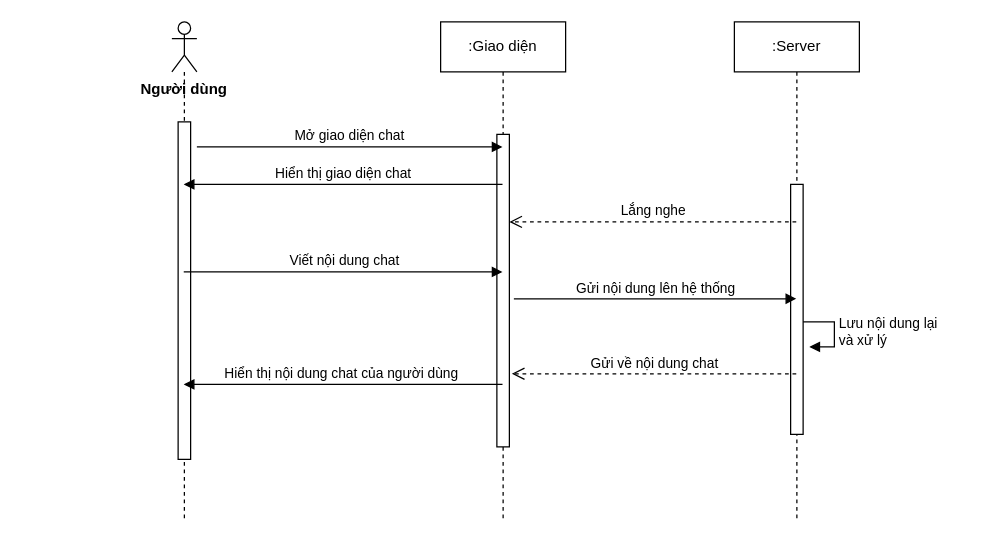
nguyentruongson1235/pttkhdt2020 keeps this draw.io diagram as HaloChat Diagram.drawio. Above is the earlier version. Source tidied: cells renumbered, new cells numbered last; positions are measured from the earlier drawing's top-left corner, leaving out a move shared by most shapes. Both pictures are drawn from the tidied source at 125%, with x=0, y=0 at pixel (134, 21).
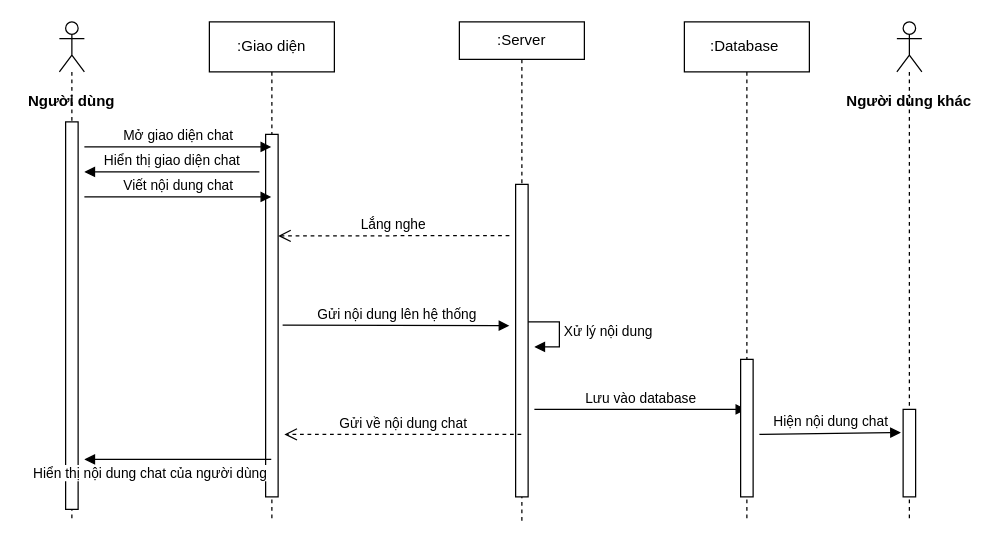
The same diagram, later.

Diff of the diagram source:
```diff
@@
     <mxCell id="2" style="shape=umlLifeline;participant=umlActor;perimeter=lifelinePerimeter;whiteSpace=wrap;html=1;verticalAlign=top;spacingTop=36;outlineConnect=0;" parent="1" vertex="1">
-      <mxGeometry x="30" width="20" height="400" as="geometry" />
+      <mxGeometry x="-60" width="20" height="400" as="geometry" />
     </mxCell>
     <mxCell id="3" style="html=1;perimeter=orthogonalPerimeter;" parent="2" vertex="1">
-      <mxGeometry x="5" y="80" width="10" height="270" as="geometry" />
+      <mxGeometry x="5" y="80" width="10" height="310" as="geometry" />
     </mxCell>
     <mxCell id="4" value=":Giao diện" style="shape=umlLifeline;perimeter=lifelinePerimeter;whiteSpace=wrap;html=1;outlineConnect=0;" parent="1" vertex="1">
-      <mxGeometry x="245" width="100" height="400" as="geometry" />
+      <mxGeometry x="60" width="100" height="400" as="geometry" />
     </mxCell>
     <mxCell id="5" style="html=1;points=[];perimeter=orthogonalPerimeter;" parent="4" vertex="1">
-      <mxGeometry x="45" y="90" width="10" height="250" as="geometry" />
+      <mxGeometry x="45" y="90" width="10" height="290" as="geometry" />
     </mxCell>
-    <mxCell id="6" value=":Server" style="shape=umlLifeline;perimeter=lifelinePerimeter;whiteSpace=wrap;html=1;outlineConnect=0;" parent="1" vertex="1">
-      <mxGeometry x="480" width="100" height="400" as="geometry" />
+    <mxCell id="6" value=":Server" style="shape=umlLifeline;perimeter=lifelinePerimeter;whiteSpace=wrap;html=1;outlineConnect=0;size=30;" parent="1" vertex="1">
+      <mxGeometry x="260" width="100" height="400" as="geometry" />
     </mxCell>
     <mxCell id="7" style="html=1;perimeter=orthogonalPerimeter;" parent="6" vertex="1">
-      <mxGeometry x="45" y="130" width="10" height="200" as="geometry" />
+      <mxGeometry x="45" y="130" width="10" height="250" as="geometry" />
     </mxCell>
-    <mxCell id="8" value="Lưu nội dung lại&lt;br&gt;và xử lý" style="edgeStyle=orthogonalEdgeStyle;html=1;align=left;spacingLeft=2;endArrow=block;rounded=0;entryX=1;entryY=0;" parent="6" edge="1">
+    <mxCell id="8" value="Xử lý nội dung" style="edgeStyle=orthogonalEdgeStyle;html=1;align=left;spacingLeft=2;endArrow=block;rounded=0;entryX=1;entryY=0;" parent="6" edge="1">
       <mxGeometry relative="1" as="geometry">
         <mxPoint x="55" y="240" as="sourcePoint" />
         <mxPoint x="60" y="260" as="targetPoint" />
         <Array as="points">
           <mxPoint x="80" y="240" />
         </Array>
       </mxGeometry>
     </mxCell>
+    <mxCell id="17" value="Lưu vào database" style="html=1;verticalAlign=bottom;endArrow=block;" parent="6" edge="1" target="18">
+      <mxGeometry relative="1" as="geometry">
+        <mxPoint x="60" y="310" as="sourcePoint" />
+        <Array as="points">
+          <mxPoint x="80" y="310" />
+        </Array>
+      </mxGeometry>
+    </mxCell>
     <mxCell id="9" value="Người dùng" style="text;align=center;fontStyle=1;verticalAlign=middle;spacingLeft=3;spacingRight=3;strokeColor=none;" parent="1" vertex="1">
-      <mxGeometry y="40" width="80" height="26" as="geometry" />
+      <mxGeometry x="-90" y="50" width="80" height="26" as="geometry" />
     </mxCell>
     <mxCell id="10" value="Mở giao diện chat" style="html=1;verticalAlign=bottom;endArrow=block;" parent="1" edge="1" target="4">
       <mxGeometry relative="1" as="geometry">
-        <mxPoint x="50" y="100" as="sourcePoint" />
+        <mxPoint x="-40" y="100" as="sourcePoint" />
       </mxGeometry>
     </mxCell>
-    <mxCell id="11" value="Hiển thị giao diện chat" style="html=1;verticalAlign=bottom;endArrow=block;" parent="1" edge="1" source="4" target="2">
+    <mxCell id="11" value="Hiển thị giao diện chat" style="html=1;verticalAlign=bottom;endArrow=block;" parent="1" edge="1">
       <mxGeometry relative="1" as="geometry">
+        <mxPoint x="100" y="120" as="sourcePoint" />
+        <mxPoint x="-40" y="120" as="targetPoint" />
         <Array as="points">
-          <mxPoint x="210" y="130" />
+          <mxPoint x="30" y="120" />
         </Array>
       </mxGeometry>
     </mxCell>
-    <mxCell id="12" value="Lắng nghe" style="html=1;verticalAlign=bottom;endArrow=open;dashed=1;endSize=8;entryX=1;entryY=0.28;entryDx=0;entryDy=0;entryPerimeter=0;" parent="1" edge="1" source="6" target="5">
-      <mxGeometry relative="1" as="geometry" />
+    <mxCell id="12" value="Lắng nghe" style="html=1;verticalAlign=bottom;endArrow=open;dashed=1;endSize=8;entryX=1;entryY=0.28;entryDx=0;entryDy=0;entryPerimeter=0;" parent="1" edge="1" target="5">
+      <mxGeometry relative="1" as="geometry">
+        <mxPoint x="300" y="171" as="sourcePoint" />
+      </mxGeometry>
     </mxCell>
-    <mxCell id="13" value="Viết nội dung chat" style="html=1;verticalAlign=bottom;endArrow=block;" parent="1" edge="1" source="2" target="4">
-      <mxGeometry relative="1" as="geometry" />
+    <mxCell id="13" value="Viết nội dung chat" style="html=1;verticalAlign=bottom;endArrow=block;" parent="1" edge="1" target="4">
+      <mxGeometry relative="1" as="geometry">
+        <mxPoint x="-40" y="140" as="sourcePoint" />
+        <Array as="points">
+          <mxPoint x="50" y="140" />
+        </Array>
+      </mxGeometry>
     </mxCell>
-    <mxCell id="14" value="Gửi nội dung lên hệ thống" style="html=1;verticalAlign=bottom;endArrow=block;exitX=1.36;exitY=0.526;exitDx=0;exitDy=0;exitPerimeter=0;" parent="1" edge="1" source="5" target="6">
-      <mxGeometry relative="1" as="geometry" />
+    <mxCell id="14" value="Gửi nội dung lên hệ thống" style="html=1;verticalAlign=bottom;endArrow=block;exitX=1.36;exitY=0.526;exitDx=0;exitDy=0;exitPerimeter=0;" parent="1" edge="1" source="5">
+      <mxGeometry relative="1" as="geometry">
+        <mxPoint x="300" y="243" as="targetPoint" />
+      </mxGeometry>
     </mxCell>
-    <mxCell id="15" value="Gửi về nội dung chat" style="html=1;verticalAlign=bottom;endArrow=open;dashed=1;endSize=8;entryX=1.2;entryY=0.766;entryDx=0;entryDy=0;entryPerimeter=0;" parent="1" edge="1" source="6" target="5">
-      <mxGeometry relative="1" as="geometry" />
+    <mxCell id="15" value="Gửi về nội dung chat" style="html=1;verticalAlign=bottom;endArrow=open;dashed=1;endSize=8;" parent="1" edge="1" source="6">
+      <mxGeometry relative="1" as="geometry">
+        <mxPoint x="120" y="330" as="targetPoint" />
+        <Array as="points">
+          <mxPoint x="240" y="330" />
+        </Array>
+      </mxGeometry>
     </mxCell>
-    <mxCell id="16" value="Hiển thị nội dung chat của người dùng&amp;nbsp;" style="html=1;verticalAlign=bottom;endArrow=block;" parent="1" edge="1" source="4" target="2">
-      <mxGeometry relative="1" as="geometry">
+    <mxCell id="16" value="Hiển thị nội dung chat của người dùng&amp;nbsp;" style="html=1;verticalAlign=bottom;endArrow=block;" parent="1" edge="1" source="4">
+      <mxGeometry x="0.29" y="20" relative="1" as="geometry">
+        <mxPoint x="-40" y="350" as="targetPoint" />
         <Array as="points">
-          <mxPoint x="180" y="290" />
+          <mxPoint x="60" y="350" />
         </Array>
       </mxGeometry>
     </mxCell>
+    <mxCell id="18" value=":Database&amp;nbsp;" style="shape=umlLifeline;perimeter=lifelinePerimeter;whiteSpace=wrap;html=1;outlineConnect=0;" parent="1" vertex="1">
+      <mxGeometry x="440" width="100" height="400" as="geometry" />
+    </mxCell>
+    <mxCell id="19" style="html=1;perimeter=orthogonalPerimeter;" parent="18" vertex="1">
+      <mxGeometry x="45" y="270" width="10" height="110" as="geometry" />
+    </mxCell>
+    <mxCell id="20" value="Hiện nội dung chat" style="html=1;verticalAlign=bottom;endArrow=block;entryX=-0.18;entryY=0.265;entryDx=0;entryDy=0;entryPerimeter=0;" parent="18" edge="1" target="22">
+      <mxGeometry relative="1" as="geometry">
+        <mxPoint x="60" y="330" as="sourcePoint" />
+      </mxGeometry>
+    </mxCell>
+    <mxCell id="21" style="shape=umlLifeline;participant=umlActor;perimeter=lifelinePerimeter;whiteSpace=wrap;html=1;verticalAlign=top;spacingTop=36;" parent="1" vertex="1">
+      <mxGeometry x="610" width="20" height="400" as="geometry" />
+    </mxCell>
+    <mxCell id="22" style="html=1;points=[];perimeter=orthogonalPerimeter;" parent="21" vertex="1">
+      <mxGeometry x="5" y="310" width="10" height="70" as="geometry" />
+    </mxCell>
+    <mxCell id="23" value="Người dùng khác" style="text;align=center;fontStyle=1;verticalAlign=middle;spacingLeft=3;spacingRight=3;strokeColor=none;" parent="1" vertex="1">
+      <mxGeometry x="580" y="50" width="80" height="26" as="geometry" />
+    </mxCell>
```
